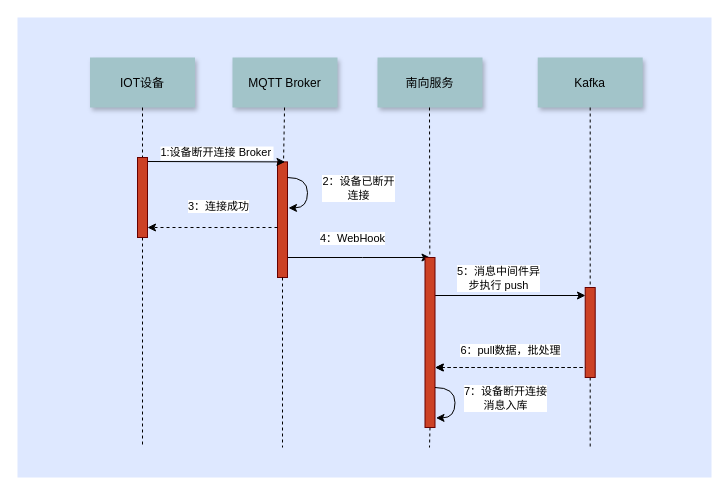
Before: WebHook设备已断开连接时序图.drawio in wjwzero/DesignDrawing-, a draw.io diagram. Source tidied: cells renumbered, new cells numbered last; positions are measured from the earlier drawing's top-left corner, leaving out a move shared by most shapes. Both pictures are drawn from the tidied source at 100%, with x=0, y=0 at pixel (17, 17).
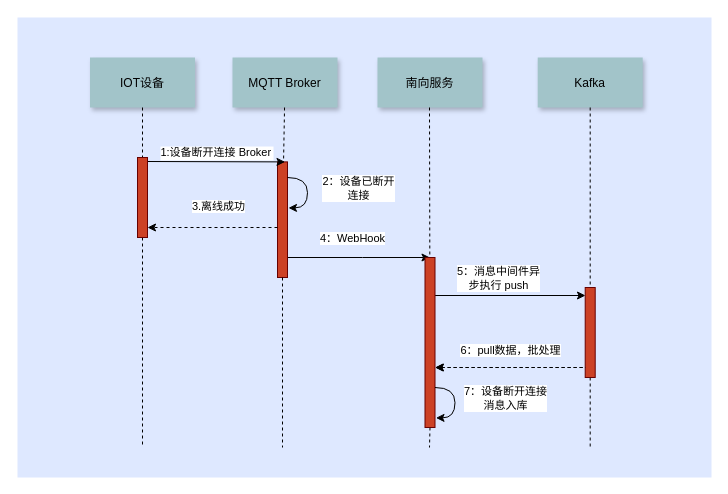
The same diagram, later.

Commit message:
更新WebHook设备已断开连接时序图.drawio

The change refers to these unchanged cells:
```xml
<mxCell id="23" style="edgeStyle=orthogonalEdgeStyle;rounded=0;orthogonalLoop=1;jettySize=auto;html=1;dashed=1;" parent="1" edge="1">
  <mxGeometry relative="1" as="geometry">
    <mxPoint x="260" y="210" as="sourcePoint" />
    <mxPoint x="130" y="210" as="targetPoint" />
    <Array as="points">
      <mxPoint x="170" y="210" />
      <mxPoint x="170" y="210" />
    </Array>
  </mxGeometry>
</mxCell>
```

Change to the diagram source:
```diff
@@
-    <mxCell id="24" value="3：连接成功" style="edgeLabel;html=1;align=center;verticalAlign=middle;" parent="23" vertex="1">
+    <mxCell id="24" value="3.离线成功" style="edgeLabel;html=1;align=center;verticalAlign=middle;" parent="23" vertex="1">
       <mxGeometry x="-0.37" y="1" relative="1" as="geometry">
         <mxPoint x="-19" y="-22.7" as="offset" />
       </mxGeometry>
     </mxCell>
```
